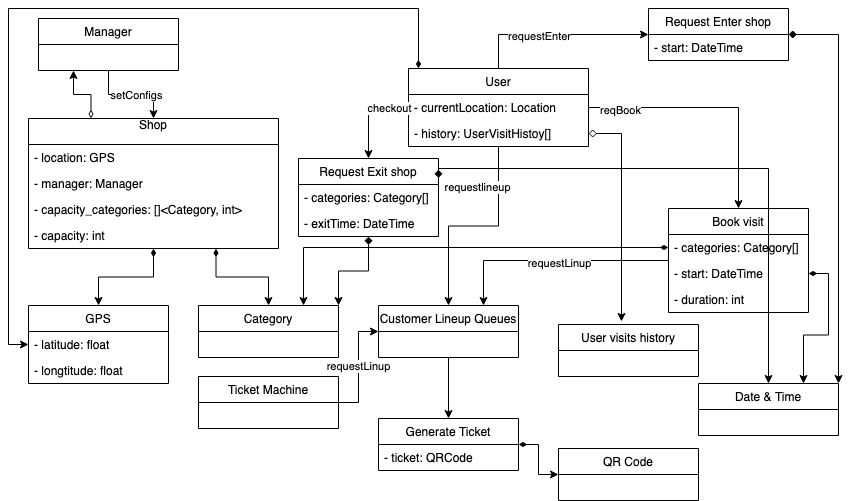
Above: images/ClassDiagram.png in SamanFekri/SE2 (draw.io), before the change. Source tidied: cells renumbered, new cells last; positions are measured from the earlier drawing's top-left corner, leaving out a move shared by most shapes. The source it was exported from:
```xml
<mxGraphModel>
  <root>
    <mxCell id="0" />
    <mxCell id="1" parent="0" />
    <mxCell id="2" style="edgeStyle=orthogonalEdgeStyle;rounded=0;jettySize=auto;html=1;exitX=0.25;exitY=0;exitDx=0;exitDy=0;entryX=0.25;entryY=1;entryDx=0;entryDy=0;startArrow=diamondThin;startFill=0;" parent="1" edge="1" source="5" target="12">
      <mxGeometry relative="1" as="geometry" />
    </mxCell>
    <mxCell id="3" style="edgeStyle=orthogonalEdgeStyle;rounded=0;jettySize=auto;html=1;entryX=0.5;entryY=0;entryDx=0;entryDy=0;startArrow=diamondThin;startFill=1;" parent="1" edge="1" source="5" target="13">
      <mxGeometry relative="1" as="geometry" />
    </mxCell>
    <mxCell id="4" style="edgeStyle=orthogonalEdgeStyle;rounded=0;jettySize=auto;html=1;exitX=0.75;exitY=1;exitDx=0;exitDy=0;entryX=0.5;entryY=0;entryDx=0;entryDy=0;startArrow=diamondThin;startFill=1;" parent="1" edge="1" source="5" target="16">
      <mxGeometry relative="1" as="geometry" />
    </mxCell>
    <mxCell id="5" value="Shop&#10;" style="swimlane;fontStyle=0;horizontal=1;startSize=26;fillColor=none;" parent="1" vertex="1">
      <mxGeometry x="20" y="110" width="250" height="130" as="geometry" />
    </mxCell>
    <mxCell id="6" value="- location: GPS" style="text;strokeColor=none;fillColor=none;align=left;verticalAlign=top;spacingLeft=4;spacingRight=4;overflow=hidden;" parent="5" vertex="1">
      <mxGeometry y="26" width="250" height="26" as="geometry" />
    </mxCell>
    <mxCell id="7" value="- manager: Manager" style="text;strokeColor=none;fillColor=none;align=left;verticalAlign=top;spacingLeft=4;spacingRight=4;overflow=hidden;" parent="5" vertex="1">
      <mxGeometry y="52" width="250" height="26" as="geometry" />
    </mxCell>
    <mxCell id="8" value="- capacity_categories: []&lt;Category, int&gt;" style="text;strokeColor=none;fillColor=none;align=left;verticalAlign=top;spacingLeft=4;spacingRight=4;overflow=hidden;" parent="5" vertex="1">
      <mxGeometry y="78" width="250" height="26" as="geometry" />
    </mxCell>
    <mxCell id="9" value="- capacity: int" style="text;strokeColor=none;fillColor=none;align=left;verticalAlign=top;spacingLeft=4;spacingRight=4;overflow=hidden;" parent="5" vertex="1">
      <mxGeometry y="104" width="250" height="26" as="geometry" />
    </mxCell>
    <mxCell id="10" style="edgeStyle=orthogonalEdgeStyle;rounded=0;jettySize=auto;html=1;entryX=0.5;entryY=0;entryDx=0;entryDy=0;startArrow=none;startFill=0;" parent="1" edge="1" source="12" target="5">
      <mxGeometry relative="1" as="geometry" />
    </mxCell>
    <mxCell id="11" value="setConfigs" style="edgeLabel;html=1;align=center;verticalAlign=middle;" parent="10" vertex="1">
      <mxGeometry x="0.1" relative="1" as="geometry" />
    </mxCell>
    <mxCell id="12" value="Manager" style="swimlane;fontStyle=0;horizontal=1;startSize=26;fillColor=none;" parent="1" vertex="1">
      <mxGeometry x="30" y="10" width="140" height="52" as="geometry" />
    </mxCell>
    <mxCell id="13" value="GPS" style="swimlane;fontStyle=0;horizontal=1;startSize=26;fillColor=none;" parent="1" vertex="1">
      <mxGeometry x="20" y="297" width="140" height="78" as="geometry" />
    </mxCell>
    <mxCell id="14" value="- latitude: float" style="text;strokeColor=none;fillColor=none;align=left;verticalAlign=top;spacingLeft=4;spacingRight=4;overflow=hidden;points=[[0,0.5],[1,0.5]];portConstraint=eastwest;" parent="13" vertex="1">
      <mxGeometry y="26" width="140" height="26" as="geometry" />
    </mxCell>
    <mxCell id="15" value="- longtitude: float" style="text;strokeColor=none;fillColor=none;align=left;verticalAlign=top;spacingLeft=4;spacingRight=4;overflow=hidden;" parent="13" vertex="1">
      <mxGeometry y="52" width="140" height="26" as="geometry" />
    </mxCell>
    <mxCell id="16" value="Category" style="swimlane;fontStyle=0;horizontal=1;startSize=26;fillColor=none;" parent="1" vertex="1">
      <mxGeometry x="190" y="297" width="140" height="52" as="geometry" />
    </mxCell>
    <mxCell id="17" style="edgeStyle=orthogonalEdgeStyle;rounded=0;jettySize=auto;html=1;entryX=0;entryY=0.5;entryDx=0;entryDy=0;startArrow=diamondThin;startFill=1;" parent="1" edge="1" source="43" target="14">
      <mxGeometry relative="1" as="geometry">
        <Array as="points">
          <mxPoint x="410" />
          <mxPoint />
          <mxPoint y="336" />
        </Array>
      </mxGeometry>
    </mxCell>
    <mxCell id="18" style="edgeStyle=orthogonalEdgeStyle;rounded=0;jettySize=auto;html=1;startArrow=none;startFill=0;" parent="1" edge="1" source="43" target="21">
      <mxGeometry relative="1" as="geometry" />
    </mxCell>
    <mxCell id="19" value="requestlineup" style="edgeLabel;html=1;align=center;verticalAlign=middle;" parent="18" vertex="1">
      <mxGeometry x="-0.04" relative="1" as="geometry">
        <mxPoint y="-39" as="offset" />
      </mxGeometry>
    </mxCell>
    <mxCell id="20" style="edgeStyle=orthogonalEdgeStyle;rounded=0;jettySize=auto;html=1;startArrow=none;startFill=0;" parent="1" edge="1" source="21" target="38">
      <mxGeometry relative="1" as="geometry" />
    </mxCell>
    <mxCell id="21" value="Customer Lineup Queues" style="swimlane;fontStyle=0;horizontal=1;startSize=26;fillColor=none;" parent="1" vertex="1">
      <mxGeometry x="370" y="297" width="140" height="52" as="geometry" />
    </mxCell>
    <mxCell id="22" style="edgeStyle=orthogonalEdgeStyle;rounded=0;jettySize=auto;html=1;entryX=0.5;entryY=0;entryDx=0;entryDy=0;startArrow=none;startFill=0;" parent="1" edge="1" source="44" target="31">
      <mxGeometry relative="1" as="geometry" />
    </mxCell>
    <mxCell id="23" value="reqBook" style="edgeLabel;html=1;align=center;verticalAlign=middle;" parent="22" vertex="1">
      <mxGeometry x="-0.75" y="-2" relative="1" as="geometry" />
    </mxCell>
    <mxCell id="24" value="requestLinup" style="edgeStyle=orthogonalEdgeStyle;rounded=0;jettySize=auto;html=1;entryX=0;entryY=0.5;entryDx=0;entryDy=0;startArrow=none;startFill=0;" parent="1" edge="1" source="25" target="21">
      <mxGeometry relative="1" as="geometry" />
    </mxCell>
    <mxCell id="25" value="Ticket Machine" style="swimlane;fontStyle=0;horizontal=1;startSize=26;fillColor=none;" parent="1" vertex="1">
      <mxGeometry x="190" y="368" width="140" height="52" as="geometry" />
    </mxCell>
    <mxCell id="26" value="Date &amp; Time" style="swimlane;fontStyle=0;horizontal=1;startSize=26;fillColor=none;" parent="1" vertex="1">
      <mxGeometry x="690" y="375" width="140" height="52" as="geometry" />
    </mxCell>
    <mxCell id="27" style="edgeStyle=orthogonalEdgeStyle;rounded=0;jettySize=auto;html=1;entryX=0.45;entryY=-0.058;entryDx=0;entryDy=0;entryPerimeter=0;startArrow=diamond;startFill=0;" parent="1" edge="1" source="45" target="28">
      <mxGeometry relative="1" as="geometry" />
    </mxCell>
    <mxCell id="28" value="User visits history" style="swimlane;fontStyle=0;horizontal=1;startSize=26;fillColor=none;" parent="1" vertex="1">
      <mxGeometry x="550" y="316" width="140" height="52" as="geometry" />
    </mxCell>
    <mxCell id="29" style="edgeStyle=orthogonalEdgeStyle;rounded=0;jettySize=auto;html=1;entryX=0.75;entryY=0;entryDx=0;entryDy=0;startArrow=none;startFill=0;" parent="1" edge="1" source="31" target="21">
      <mxGeometry relative="1" as="geometry" />
    </mxCell>
    <mxCell id="30" value="requestLinup" style="edgeLabel;html=1;align=center;verticalAlign=middle;" parent="29" vertex="1">
      <mxGeometry x="-0.05" y="2" relative="1" as="geometry" />
    </mxCell>
    <mxCell id="31" value="Book visit" style="swimlane;fontStyle=0;horizontal=1;startSize=26;fillColor=none;" parent="1" vertex="1">
      <mxGeometry x="660" y="200" width="140" height="104" as="geometry" />
    </mxCell>
    <mxCell id="32" value="- categories: Category[]" style="text;strokeColor=none;fillColor=none;align=left;verticalAlign=top;spacingLeft=4;spacingRight=4;overflow=hidden;points=[[0,0.5],[1,0.5]];portConstraint=eastwest;" parent="31" vertex="1">
      <mxGeometry y="26" width="140" height="26" as="geometry" />
    </mxCell>
    <mxCell id="33" value="- start: DateTime" style="text;strokeColor=none;fillColor=none;align=left;verticalAlign=top;spacingLeft=4;spacingRight=4;overflow=hidden;points=[[0,0.5],[1,0.5]];portConstraint=eastwest;" parent="31" vertex="1">
      <mxGeometry y="52" width="140" height="26" as="geometry" />
    </mxCell>
    <mxCell id="34" value="- duration: int" style="text;strokeColor=none;fillColor=none;align=left;verticalAlign=top;spacingLeft=4;spacingRight=4;overflow=hidden;" parent="31" vertex="1">
      <mxGeometry y="78" width="140" height="26" as="geometry" />
    </mxCell>
    <mxCell id="35" style="edgeStyle=orthogonalEdgeStyle;rounded=0;jettySize=auto;html=1;exitX=1;exitY=0.5;exitDx=0;exitDy=0;entryX=0.75;entryY=0;entryDx=0;entryDy=0;startArrow=diamondThin;startFill=1;" parent="1" edge="1" source="33" target="26">
      <mxGeometry relative="1" as="geometry" />
    </mxCell>
    <mxCell id="36" style="edgeStyle=orthogonalEdgeStyle;rounded=0;jettySize=auto;html=1;entryX=0.75;entryY=0;entryDx=0;entryDy=0;startArrow=diamondThin;startFill=1;" parent="1" edge="1" source="32" target="16">
      <mxGeometry relative="1" as="geometry" />
    </mxCell>
    <mxCell id="37" style="edgeStyle=orthogonalEdgeStyle;rounded=0;jettySize=auto;html=1;entryX=0;entryY=0.5;entryDx=0;entryDy=0;startArrow=diamondThin;startFill=1;" parent="1" edge="1" source="38" target="40">
      <mxGeometry relative="1" as="geometry" />
    </mxCell>
    <mxCell id="38" value="Generate Ticket" style="swimlane;fontStyle=0;horizontal=1;startSize=26;fillColor=none;" parent="1" vertex="1">
      <mxGeometry x="370" y="410" width="140" height="52" as="geometry" />
    </mxCell>
    <mxCell id="39" value="- ticket: QRCode" style="text;strokeColor=none;fillColor=none;align=left;verticalAlign=top;spacingLeft=4;spacingRight=4;overflow=hidden;" parent="38" vertex="1">
      <mxGeometry y="26" width="140" height="26" as="geometry" />
    </mxCell>
    <mxCell id="40" value="QR Code" style="swimlane;fontStyle=0;horizontal=1;startSize=26;fillColor=none;" parent="1" vertex="1">
      <mxGeometry x="550" y="440" width="140" height="52" as="geometry" />
    </mxCell>
    <mxCell id="41" style="edgeStyle=orthogonalEdgeStyle;rounded=0;jettySize=auto;html=1;exitX=0.5;exitY=0;exitDx=0;exitDy=0;entryX=0;entryY=0.5;entryDx=0;entryDy=0;startArrow=none;startFill=0;" parent="1" edge="1" source="43" target="47">
      <mxGeometry relative="1" as="geometry" />
    </mxCell>
    <mxCell id="42" value="requestEnter" style="edgeLabel;html=1;align=center;verticalAlign=middle;" parent="41" vertex="1">
      <mxGeometry x="-0.2" y="-1" relative="1" as="geometry" />
    </mxCell>
    <mxCell id="43" value="User" style="swimlane;fontStyle=0;horizontal=1;startSize=26;fillColor=none;" parent="1" vertex="1">
      <mxGeometry x="400" y="60" width="180" height="78" as="geometry" />
    </mxCell>
    <mxCell id="44" value="- currentLocation: Location" style="text;strokeColor=none;fillColor=none;align=left;verticalAlign=top;spacingLeft=4;spacingRight=4;overflow=hidden;points=[[0,0.5],[1,0.5]];portConstraint=eastwest;" parent="43" vertex="1">
      <mxGeometry y="26" width="180" height="26" as="geometry" />
    </mxCell>
    <mxCell id="45" value="- history: UserVisitHistoy[]" style="text;strokeColor=none;fillColor=none;align=left;verticalAlign=top;spacingLeft=4;spacingRight=4;overflow=hidden;points=[[0,0.5],[1,0.5]];portConstraint=eastwest;" parent="43" vertex="1">
      <mxGeometry y="52" width="180" height="26" as="geometry" />
    </mxCell>
    <mxCell id="46" style="edgeStyle=orthogonalEdgeStyle;rounded=0;jettySize=auto;html=1;exitX=1;exitY=0.5;exitDx=0;exitDy=0;entryX=1;entryY=0;entryDx=0;entryDy=0;startArrow=diamond;startFill=1;" parent="1" edge="1" source="47" target="26">
      <mxGeometry relative="1" as="geometry" />
    </mxCell>
    <mxCell id="47" value="Request Enter shop" style="swimlane;fontStyle=0;horizontal=1;startSize=26;fillColor=none;" parent="1" vertex="1">
      <mxGeometry x="640" width="140" height="52" as="geometry" />
    </mxCell>
    <mxCell id="48" value="- start: DateTime" style="text;strokeColor=none;fillColor=none;align=left;verticalAlign=top;spacingLeft=4;spacingRight=4;overflow=hidden;" parent="47" vertex="1">
      <mxGeometry y="26" width="140" height="26" as="geometry" />
    </mxCell>
    <mxCell id="49" style="edgeStyle=orthogonalEdgeStyle;rounded=0;jettySize=auto;html=1;exitX=0;exitY=0.5;exitDx=0;exitDy=0;startArrow=none;startFill=0;" parent="1" edge="1" source="44" target="52">
      <mxGeometry relative="1" as="geometry" />
    </mxCell>
    <mxCell id="50" value="checkout" style="edgeLabel;html=1;align=center;verticalAlign=middle;" parent="49" vertex="1">
      <mxGeometry x="-0.12" y="20" relative="1" as="geometry" />
    </mxCell>
    <mxCell id="51" style="edgeStyle=orthogonalEdgeStyle;rounded=0;jettySize=auto;html=1;entryX=1;entryY=0;entryDx=0;entryDy=0;startArrow=diamond;startFill=1;" parent="1" edge="1" source="52" target="16">
      <mxGeometry relative="1" as="geometry" />
    </mxCell>
    <mxCell id="52" value="Request Exit shop" style="swimlane;fontStyle=0;horizontal=1;startSize=26;fillColor=none;" parent="1" vertex="1">
      <mxGeometry x="290" y="150" width="140" height="78" as="geometry" />
    </mxCell>
    <mxCell id="53" value="- categories: Category[]" style="text;strokeColor=none;fillColor=none;align=left;verticalAlign=top;spacingLeft=4;spacingRight=4;overflow=hidden;" parent="52" vertex="1">
      <mxGeometry y="26" width="140" height="26" as="geometry" />
    </mxCell>
    <mxCell id="54" value="- exitTime: DateTime" style="text;strokeColor=none;fillColor=none;align=left;verticalAlign=top;spacingLeft=4;spacingRight=4;overflow=hidden;" parent="52" vertex="1">
      <mxGeometry y="52" width="140" height="26" as="geometry" />
    </mxCell>
    <mxCell id="55" style="edgeStyle=orthogonalEdgeStyle;rounded=0;jettySize=auto;html=1;startArrow=diamond;startFill=1;exitX=1;exitY=0.25;exitDx=0;exitDy=0;" parent="1" edge="1" source="52" target="26">
      <mxGeometry relative="1" as="geometry">
        <Array as="points">
          <mxPoint x="430" y="160" />
          <mxPoint x="760" y="160" />
        </Array>
      </mxGeometry>
    </mxCell>
  </root>
</mxGraphModel>
```
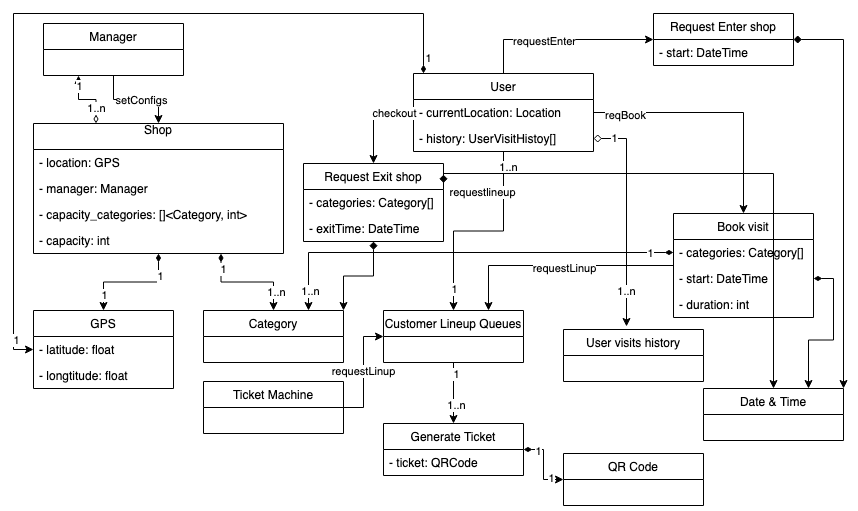
After the commit.

Change to the diagram source:
```diff
@@ -5,12 +5,34 @@
     <mxCell id="2" style="edgeStyle=orthogonalEdgeStyle;rounded=0;jettySize=auto;html=1;exitX=0.25;exitY=0;exitDx=0;exitDy=0;entryX=0.25;entryY=1;entryDx=0;entryDy=0;startArrow=diamondThin;startFill=0;" parent="1" edge="1" source="5" target="12">
       <mxGeometry relative="1" as="geometry" />
     </mxCell>
+    <mxCell id="56" value="1..n" style="edgeLabel;html=1;align=center;verticalAlign=middle;" parent="2" vertex="1">
+      <mxGeometry x="-0.51" y="1" relative="1" as="geometry">
+        <mxPoint x="1" as="offset" />
+      </mxGeometry>
+    </mxCell>
+    <mxCell id="57" value="1" style="edgeLabel;html=1;align=center;verticalAlign=middle;" parent="2" vertex="1">
+      <mxGeometry x="0.69" relative="1" as="geometry">
+        <mxPoint y="1" as="offset" />
+      </mxGeometry>
+    </mxCell>
     <mxCell id="3" style="edgeStyle=orthogonalEdgeStyle;rounded=0;jettySize=auto;html=1;entryX=0.5;entryY=0;entryDx=0;entryDy=0;startArrow=diamondThin;startFill=1;" parent="1" edge="1" source="5" target="13">
       <mxGeometry relative="1" as="geometry" />
     </mxCell>
+    <mxCell id="58" value="1" style="edgeLabel;html=1;align=center;verticalAlign=middle;" parent="3" vertex="1">
+      <mxGeometry x="-0.61" y="1" relative="1" as="geometry" />
+    </mxCell>
+    <mxCell id="59" value="1" style="edgeLabel;html=1;align=center;verticalAlign=middle;" parent="3" vertex="1">
+      <mxGeometry x="0.71" relative="1" as="geometry" />
+    </mxCell>
     <mxCell id="4" style="edgeStyle=orthogonalEdgeStyle;rounded=0;jettySize=auto;html=1;exitX=0.75;exitY=1;exitDx=0;exitDy=0;entryX=0.5;entryY=0;entryDx=0;entryDy=0;startArrow=diamondThin;startFill=1;" parent="1" edge="1" source="5" target="16">
       <mxGeometry relative="1" as="geometry" />
     </mxCell>
+    <mxCell id="60" value="1" style="edgeLabel;html=1;align=center;verticalAlign=middle;" parent="4" vertex="1">
+      <mxGeometry x="-0.73" y="2" relative="1" as="geometry" />
+    </mxCell>
+    <mxCell id="61" value="1..n" style="edgeLabel;html=1;align=center;verticalAlign=middle;" parent="4" vertex="1">
+      <mxGeometry x="0.65" y="2" relative="1" as="geometry" />
+    </mxCell>
     <mxCell id="5" value="Shop&#10;" style="swimlane;fontStyle=0;horizontal=1;startSize=26;fillColor=none;" parent="1" vertex="1">
       <mxGeometry x="20" y="110" width="250" height="130" as="geometry" />
     </mxCell>
@@ -56,6 +78,12 @@
         </Array>
       </mxGeometry>
     </mxCell>
+    <mxCell id="62" value="1" style="edgeLabel;html=1;align=center;verticalAlign=middle;" parent="17" vertex="1">
+      <mxGeometry x="-0.96" y="-4" relative="1" as="geometry" />
+    </mxCell>
+    <mxCell id="63" value="1" style="edgeLabel;html=1;align=center;verticalAlign=middle;" parent="17" vertex="1">
+      <mxGeometry x="0.93" y="2" relative="1" as="geometry" />
+    </mxCell>
     <mxCell id="18" style="edgeStyle=orthogonalEdgeStyle;rounded=0;jettySize=auto;html=1;startArrow=none;startFill=0;" parent="1" edge="1" source="43" target="21">
       <mxGeometry relative="1" as="geometry" />
     </mxCell>
@@ -64,9 +92,21 @@
         <mxPoint y="-39" as="offset" />
       </mxGeometry>
     </mxCell>
+    <mxCell id="64" value="1" style="edgeLabel;html=1;align=center;verticalAlign=middle;" parent="18" vertex="1">
+      <mxGeometry x="0.79" relative="1" as="geometry" />
+    </mxCell>
+    <mxCell id="65" value="1..n" style="edgeLabel;html=1;align=center;verticalAlign=middle;" parent="18" vertex="1">
+      <mxGeometry x="-0.86" y="4" relative="1" as="geometry" />
+    </mxCell>
     <mxCell id="20" style="edgeStyle=orthogonalEdgeStyle;rounded=0;jettySize=auto;html=1;startArrow=none;startFill=0;" parent="1" edge="1" source="21" target="38">
       <mxGeometry relative="1" as="geometry" />
     </mxCell>
+    <mxCell id="66" value="1" style="edgeLabel;html=1;align=center;verticalAlign=middle;" parent="20" vertex="1">
+      <mxGeometry x="-0.64" y="2" relative="1" as="geometry" />
+    </mxCell>
+    <mxCell id="67" value="1..n" style="edgeLabel;html=1;align=center;verticalAlign=middle;" parent="20" vertex="1">
+      <mxGeometry x="0.38" y="2" relative="1" as="geometry" />
+    </mxCell>
     <mxCell id="21" value="Customer Lineup Queues" style="swimlane;fontStyle=0;horizontal=1;startSize=26;fillColor=none;" parent="1" vertex="1">
       <mxGeometry x="370" y="297" width="140" height="52" as="geometry" />
     </mxCell>
@@ -88,6 +128,12 @@
     <mxCell id="27" style="edgeStyle=orthogonalEdgeStyle;rounded=0;jettySize=auto;html=1;entryX=0.45;entryY=-0.058;entryDx=0;entryDy=0;entryPerimeter=0;startArrow=diamond;startFill=0;" parent="1" edge="1" source="45" target="28">
       <mxGeometry relative="1" as="geometry" />
     </mxCell>
+    <mxCell id="68" value="1" style="edgeLabel;html=1;align=center;verticalAlign=middle;" parent="27" vertex="1">
+      <mxGeometry x="-0.82" y="1" relative="1" as="geometry" />
+    </mxCell>
+    <mxCell id="69" value="1..n" style="edgeLabel;html=1;align=center;verticalAlign=middle;" parent="27" vertex="1">
+      <mxGeometry x="0.67" y="-1" relative="1" as="geometry" />
+    </mxCell>
     <mxCell id="28" value="User visits history" style="swimlane;fontStyle=0;horizontal=1;startSize=26;fillColor=none;" parent="1" vertex="1">
       <mxGeometry x="550" y="316" width="140" height="52" as="geometry" />
     </mxCell>
@@ -115,9 +161,21 @@
     <mxCell id="36" style="edgeStyle=orthogonalEdgeStyle;rounded=0;jettySize=auto;html=1;entryX=0.75;entryY=0;entryDx=0;entryDy=0;startArrow=diamondThin;startFill=1;" parent="1" edge="1" source="32" target="16">
       <mxGeometry relative="1" as="geometry" />
     </mxCell>
+    <mxCell id="70" value="1..n" style="edgeLabel;html=1;align=center;verticalAlign=middle;" parent="36" vertex="1">
+      <mxGeometry x="0.91" y="1" relative="1" as="geometry" />
+    </mxCell>
+    <mxCell id="71" value="1" style="edgeLabel;html=1;align=center;verticalAlign=middle;" parent="36" vertex="1">
+      <mxGeometry x="-0.89" relative="1" as="geometry" />
+    </mxCell>
     <mxCell id="37" style="edgeStyle=orthogonalEdgeStyle;rounded=0;jettySize=auto;html=1;entryX=0;entryY=0.5;entryDx=0;entryDy=0;startArrow=diamondThin;startFill=1;" parent="1" edge="1" source="38" target="40">
       <mxGeometry relative="1" as="geometry" />
     </mxCell>
+    <mxCell id="72" value="1" style="edgeLabel;html=1;align=center;verticalAlign=middle;" parent="37" vertex="1">
+      <mxGeometry x="-0.6" y="-1" relative="1" as="geometry" />
+    </mxCell>
+    <mxCell id="73" value="1" style="edgeLabel;html=1;align=center;verticalAlign=middle;" parent="37" vertex="1">
+      <mxGeometry x="0.63" y="2" relative="1" as="geometry" />
+    </mxCell>
     <mxCell id="38" value="Generate Ticket" style="swimlane;fontStyle=0;horizontal=1;startSize=26;fillColor=none;" parent="1" vertex="1">
       <mxGeometry x="370" y="410" width="140" height="52" as="geometry" />
     </mxCell>
```
